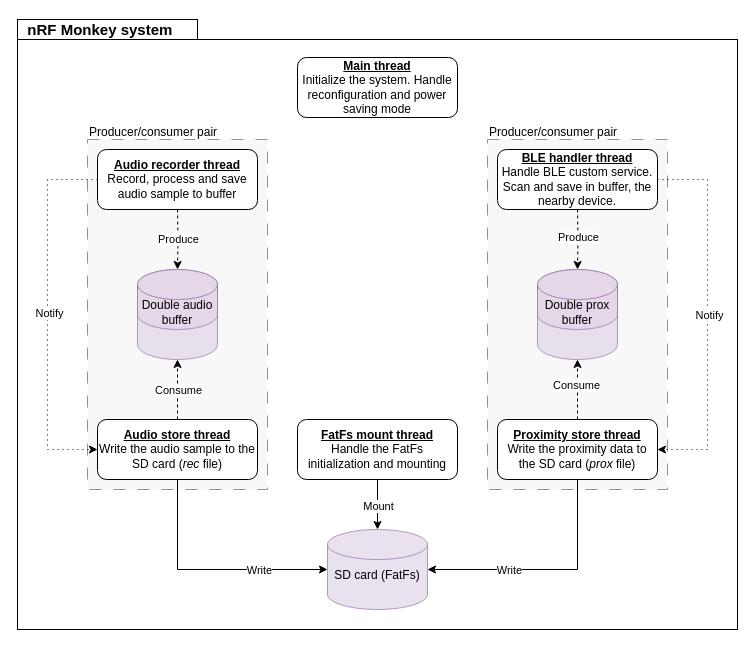
Before: 01-Report/diagram/thread-overview.drawio in DrinkDark/Master_TM_DataCollar, a draw.io diagram. Source tidied: cells renumbered, new cells numbered last; positions are measured from the earlier drawing's top-left corner, leaving out a move shared by most shapes. Both pictures are drawn from the tidied source at 100%, with x=0, y=0 at pixel (17, 19).
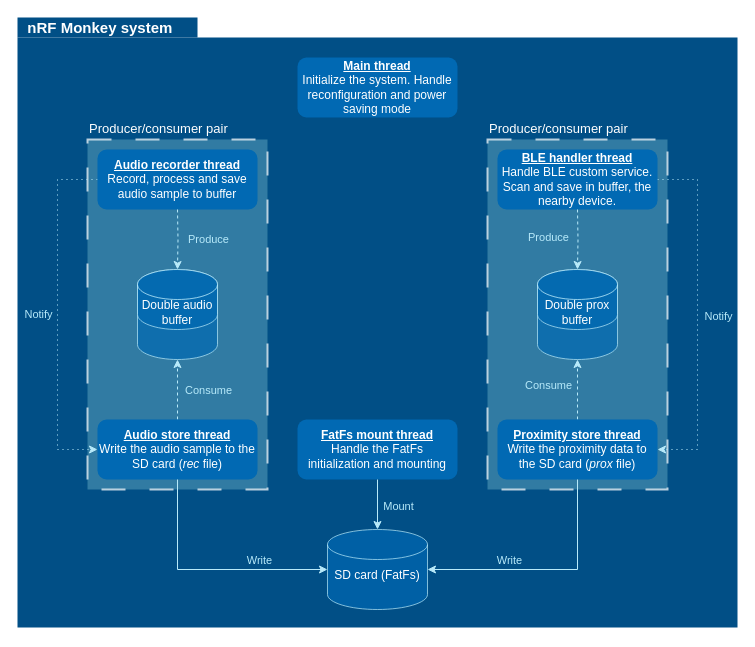
Above is the later version.

The edit, as a diff of the source:
```diff
@@
-    <mxCell id="2" style="rounded=0;whiteSpace=wrap;html=1;" parent="1" vertex="1">
-      <mxGeometry y="20" width="720" height="590" as="geometry" />
+    <mxCell id="2" style="rounded=0;whiteSpace=wrap;html=1;strokeColor=none;fillColor=#014f86;" parent="1" vertex="1">
+      <mxGeometry y="18" width="720" height="590" as="geometry" />
     </mxCell>
-    <mxCell id="3" style="rounded=0;whiteSpace=wrap;html=1;dashed=1;dashPattern=12 12;fillColor=#f5f5f5;fontColor=#333333;strokeColor=#666666;opacity=70;" parent="1" vertex="1">
+    <mxCell id="3" style="rounded=0;whiteSpace=wrap;html=1;dashed=1;dashPattern=12 12;fillColor=#468faf;fontColor=#333333;strokeColor=#FFFFFF;opacity=70;strokeWidth=2;" parent="1" vertex="1">
       <mxGeometry x="470" y="120" width="180" height="350" as="geometry" />
     </mxCell>
-    <mxCell id="4" style="rounded=0;whiteSpace=wrap;html=1;dashed=1;dashPattern=12 12;fillColor=#f5f5f5;fontColor=#333333;strokeColor=#666666;opacity=70;" parent="1" vertex="1">
+    <mxCell id="4" style="rounded=0;whiteSpace=wrap;html=1;dashed=1;dashPattern=12 12;fillColor=#468faf;fontColor=#333333;strokeColor=#FFFFFF;opacity=70;strokeWidth=2;" parent="1" vertex="1">
       <mxGeometry x="70" y="120" width="180" height="350" as="geometry" />
     </mxCell>
-    <mxCell id="5" value="&lt;u&gt;Main thread&lt;/u&gt;&lt;br&gt;&lt;span style=&quot;font-weight: normal;&quot;&gt;Initialize the system. Handle reconfiguration and power saving mode&lt;/span&gt;" style="rounded=1;whiteSpace=wrap;html=1;fontStyle=1;" parent="1" vertex="1">
+    <mxCell id="5" value="&lt;font color=&quot;#ffffff&quot;&gt;&lt;u&gt;Main thread&lt;/u&gt;&lt;br&gt;&lt;span style=&quot;font-weight: normal;&quot;&gt;Initialize the system. Handle reconfiguration and power saving mode&lt;/span&gt;&lt;/font&gt;" style="rounded=1;whiteSpace=wrap;html=1;fontStyle=1;strokeColor=none;fillColor=#0169b3;" parent="1" vertex="1">
       <mxGeometry x="280" y="38" width="160" height="60" as="geometry" />
     </mxCell>
-    <mxCell id="6" style="edgeStyle=orthogonalEdgeStyle;rounded=0;jettySize=auto;html=1;exitX=0;exitY=0.5;exitDx=0;exitDy=0;entryX=0;entryY=0.5;entryDx=0;entryDy=0;dashed=1;dashPattern=1 4;" parent="1" edge="1" source="8" target="18">
+    <mxCell id="6" style="edgeStyle=orthogonalEdgeStyle;rounded=0;jettySize=auto;html=1;exitX=0;exitY=0.5;exitDx=0;exitDy=0;entryX=0;entryY=0.5;entryDx=0;entryDy=0;dashed=1;dashPattern=1 4;strokeColor=#B8EAFA;" parent="1" edge="1" source="8" target="18">
       <mxGeometry relative="1" as="geometry">
         <Array as="points">
-          <mxPoint x="30" y="160" />
-          <mxPoint x="30" y="430" />
+          <mxPoint x="40" y="160" />
+          <mxPoint x="40" y="430" />
         </Array>
       </mxGeometry>
     </mxCell>
-    <mxCell id="7" value="Notify" style="edgeLabel;html=1;align=center;verticalAlign=middle;" parent="6" vertex="1">
-      <mxGeometry x="-0.01" y="1" relative="1" as="geometry" />
+    <mxCell id="7" value="Notify" style="edgeLabel;html=1;align=center;verticalAlign=middle;labelBackgroundColor=none;fontColor=#B8EAFA;" parent="6" vertex="1">
+      <mxGeometry x="-0.01" y="1" relative="1" as="geometry">
+        <mxPoint x="-21" y="1" as="offset" />
+      </mxGeometry>
     </mxCell>
-    <mxCell id="8" value="&lt;b&gt;&lt;u&gt;Audio recorder thread&lt;/u&gt;&lt;/b&gt;&lt;br&gt;Record, process and save audio sample to buffer" style="rounded=1;whiteSpace=wrap;html=1;" parent="1" vertex="1">
+    <mxCell id="8" value="&lt;b&gt;&lt;u&gt;Audio recorder thread&lt;/u&gt;&lt;/b&gt;&lt;br&gt;Record, process and save audio sample to buffer" style="rounded=1;whiteSpace=wrap;html=1;strokeColor=none;fillColor=#0169B3;fontColor=#FFFFFF;" parent="1" vertex="1">
       <mxGeometry x="80" y="130" width="160" height="60" as="geometry" />
     </mxCell>
-    <mxCell id="9" style="edgeStyle=orthogonalEdgeStyle;rounded=0;jettySize=auto;html=1;exitX=1;exitY=0.5;exitDx=0;exitDy=0;entryX=1;entryY=0.5;entryDx=0;entryDy=0;dashed=1;dashPattern=1 4;" parent="1" edge="1" source="11" target="21">
+    <mxCell id="9" style="edgeStyle=orthogonalEdgeStyle;rounded=0;jettySize=auto;html=1;exitX=1;exitY=0.5;exitDx=0;exitDy=0;entryX=1;entryY=0.5;entryDx=0;entryDy=0;dashed=1;dashPattern=1 4;strokeColor=#B8EAFA;" parent="1" edge="1" source="11" target="21">
       <mxGeometry relative="1" as="geometry">
         <Array as="points">
-          <mxPoint x="690" y="160" />
-          <mxPoint x="690" y="430" />
+          <mxPoint x="680" y="160" />
+          <mxPoint x="680" y="430" />
         </Array>
       </mxGeometry>
     </mxCell>
-    <mxCell id="10" value="Notify" style="edgeLabel;html=1;align=center;verticalAlign=middle;" parent="9" vertex="1">
+    <mxCell id="10" value="Notify" style="edgeLabel;html=1;align=center;verticalAlign=middle;labelBackgroundColor=none;fontColor=#B8EAFA;" parent="9" vertex="1">
       <mxGeometry x="0.17" y="1" relative="1" as="geometry">
-        <mxPoint y="-31" as="offset" />
+        <mxPoint x="19" y="-29" as="offset" />
       </mxGeometry>
     </mxCell>
-    <mxCell id="11" value="&lt;u style=&quot;font-weight: bold;&quot;&gt;BLE handler thread&lt;/u&gt;&lt;br&gt;Handle BLE custom service. Scan and save in buffer, the nearby device." style="rounded=1;whiteSpace=wrap;html=1;" parent="1" vertex="1">
+    <mxCell id="11" value="&lt;u style=&quot;font-weight: bold;&quot;&gt;BLE handler thread&lt;/u&gt;&lt;br&gt;Handle BLE custom service. Scan and save in buffer, the nearby device." style="rounded=1;whiteSpace=wrap;html=1;strokeColor=none;fillColor=#0169B3;fontColor=#FFFFFF;" parent="1" vertex="1">
       <mxGeometry x="480" y="130" width="160" height="60" as="geometry" />
     </mxCell>
-    <mxCell id="12" style="edgeStyle=orthogonalEdgeStyle;rounded=0;jettySize=auto;html=1;dashed=1;" parent="1" edge="1" target="25">
+    <mxCell id="12" style="edgeStyle=orthogonalEdgeStyle;rounded=0;jettySize=auto;html=1;dashed=1;strokeColor=#B8EAFA;" parent="1" edge="1" target="25">
       <mxGeometry relative="1" as="geometry">
         <mxPoint x="160" y="190" as="sourcePoint" />
       </mxGeometry>
     </mxCell>
-    <mxCell id="13" value="Produce" style="edgeLabel;html=1;align=center;verticalAlign=middle;" parent="12" vertex="1">
-      <mxGeometry x="-0.02" relative="1" as="geometry" />
+    <mxCell id="13" value="Produce" style="edgeLabel;html=1;align=center;verticalAlign=middle;labelBackgroundColor=none;fontColor=#B8EAFA;" parent="12" vertex="1">
+      <mxGeometry x="-0.02" relative="1" as="geometry">
+        <mxPoint x="30" as="offset" />
+      </mxGeometry>
     </mxCell>
-    <mxCell id="14" style="edgeStyle=orthogonalEdgeStyle;rounded=0;jettySize=auto;html=1;dashed=1;entryX=0.5;entryY=0;entryDx=0;entryDy=0;entryPerimeter=0;" parent="1" edge="1" target="28">
+    <mxCell id="14" style="edgeStyle=orthogonalEdgeStyle;rounded=0;jettySize=auto;html=1;dashed=1;entryX=0.5;entryY=0;entryDx=0;entryDy=0;entryPerimeter=0;strokeColor=#B8EAFA;" parent="1" edge="1" target="28">
       <mxGeometry relative="1" as="geometry">
         <mxPoint x="560" y="190" as="sourcePoint" />
       </mxGeometry>
     </mxCell>
-    <mxCell id="15" value="Produce" style="edgeLabel;html=1;align=center;verticalAlign=middle;" parent="14" vertex="1">
-      <mxGeometry x="-0.06" relative="1" as="geometry" />
+    <mxCell id="15" value="Produce" style="edgeLabel;html=1;align=center;verticalAlign=middle;labelBackgroundColor=none;fontColor=#B8EAFA;" parent="14" vertex="1">
+      <mxGeometry x="-0.06" relative="1" as="geometry">
+        <mxPoint x="-30" as="offset" />
+      </mxGeometry>
     </mxCell>
-    <mxCell id="16" style="edgeStyle=orthogonalEdgeStyle;rounded=0;jettySize=auto;html=1;dashed=1;" parent="1" edge="1" source="18" target="25">
+    <mxCell id="16" style="edgeStyle=orthogonalEdgeStyle;rounded=0;jettySize=auto;html=1;dashed=1;strokeColor=#B8EAFA;" parent="1" edge="1" source="18" target="25">
       <mxGeometry relative="1" as="geometry" />
     </mxCell>
-    <mxCell id="17" value="Consume" style="edgeLabel;html=1;align=center;verticalAlign=middle;" parent="16" vertex="1">
+    <mxCell id="17" value="Consume" style="edgeLabel;html=1;align=center;verticalAlign=middle;labelBackgroundColor=none;fontColor=#B8EAFA;" parent="16" vertex="1">
       <mxGeometry x="0.12" y="-1" relative="1" as="geometry">
-        <mxPoint x="-1" y="4" as="offset" />
+        <mxPoint x="29" y="4" as="offset" />
       </mxGeometry>
     </mxCell>
-    <mxCell id="18" value="&lt;b style=&quot;text-decoration-line: underline;&quot;&gt;Audio store thread&lt;/b&gt;&lt;br&gt;Write the audio sample to the SD card (&lt;i&gt;rec &lt;/i&gt;file)" style="rounded=1;whiteSpace=wrap;html=1;" parent="1" vertex="1">
+    <mxCell id="18" value="&lt;b style=&quot;text-decoration-line: underline;&quot;&gt;Audio store thread&lt;/b&gt;&lt;br&gt;Write the audio sample to the SD card (&lt;i&gt;rec &lt;/i&gt;file)" style="rounded=1;whiteSpace=wrap;html=1;strokeColor=none;fillColor=#0169B3;fontColor=#FFFFFF;" parent="1" vertex="1">
       <mxGeometry x="80" y="400" width="160" height="60" as="geometry" />
     </mxCell>
-    <mxCell id="19" style="edgeStyle=orthogonalEdgeStyle;rounded=0;jettySize=auto;html=1;dashed=1;entryX=0.5;entryY=1;entryDx=0;entryDy=0;entryPerimeter=0;" parent="1" edge="1" source="21" target="27">
+    <mxCell id="19" style="edgeStyle=orthogonalEdgeStyle;rounded=0;jettySize=auto;html=1;dashed=1;entryX=0.5;entryY=1;entryDx=0;entryDy=0;entryPerimeter=0;strokeColor=#B8EAFA;" parent="1" edge="1" source="21" target="27">
       <mxGeometry relative="1" as="geometry" />
     </mxCell>
-    <mxCell id="20" value="Consume" style="edgeLabel;html=1;align=center;verticalAlign=middle;" parent="19" vertex="1">
-      <mxGeometry x="0.18" y="2" relative="1" as="geometry" />
+    <mxCell id="20" value="Consume" style="edgeLabel;html=1;align=center;verticalAlign=middle;labelBackgroundColor=none;fontColor=#B8EAFA;" parent="19" vertex="1">
+      <mxGeometry x="0.18" y="2" relative="1" as="geometry">
+        <mxPoint x="-28" as="offset" />
+      </mxGeometry>
     </mxCell>
-    <mxCell id="21" value="&lt;u style=&quot;font-weight: bold;&quot;&gt;Proximity store thread&lt;/u&gt;&lt;br&gt;Write the proximity data to the SD card (&lt;i&gt;prox &lt;/i&gt;file)" style="rounded=1;whiteSpace=wrap;html=1;" parent="1" vertex="1">
+    <mxCell id="21" value="&lt;u style=&quot;font-weight: bold;&quot;&gt;Proximity store thread&lt;/u&gt;&lt;br&gt;Write the proximity data to the SD card (&lt;i&gt;prox &lt;/i&gt;file)" style="rounded=1;whiteSpace=wrap;html=1;strokeColor=none;fillColor=#0169B3;fontColor=#FFFFFF;" parent="1" vertex="1">
       <mxGeometry x="480" y="400" width="160" height="60" as="geometry" />
     </mxCell>
-    <mxCell id="22" value="&lt;u style=&quot;font-weight: bold;&quot;&gt;FatFs mount thread&lt;/u&gt;&lt;div&gt;Handle the FatFs &lt;br&gt;initialization and mounting&lt;/div&gt;" style="rounded=1;whiteSpace=wrap;html=1;" parent="1" vertex="1">
+    <mxCell id="22" value="&lt;u style=&quot;font-weight: bold;&quot;&gt;FatFs mount thread&lt;/u&gt;&lt;div&gt;Handle the FatFs &lt;br&gt;initialization and mounting&lt;/div&gt;" style="rounded=1;whiteSpace=wrap;html=1;strokeColor=none;fillColor=#0169B3;fontColor=#FFFFFF;" parent="1" vertex="1">
       <mxGeometry x="280" y="400" width="160" height="60" as="geometry" />
     </mxCell>
-    <mxCell id="23" value="Producer/consumer pair" style="text;html=1;align=left;verticalAlign=middle;strokeColor=none;fillColor=none;" parent="1" vertex="1">
-      <mxGeometry x="70" y="98" width="150" height="30" as="geometry" />
+    <mxCell id="23" value="Producer/consumer pair" style="text;html=1;align=left;verticalAlign=middle;strokeColor=none;fillColor=none;fontSize=13;fontColor=#FFFFFF;" parent="1" vertex="1">
+      <mxGeometry x="70" y="94" width="160" height="30" as="geometry" />
     </mxCell>
-    <mxCell id="24" value="Producer/consumer pair" style="text;html=1;align=left;verticalAlign=middle;strokeColor=none;fillColor=none;" parent="1" vertex="1">
-      <mxGeometry x="470" y="98" width="150" height="30" as="geometry" />
+    <mxCell id="24" value="Producer/consumer pair" style="text;html=1;align=left;verticalAlign=middle;strokeColor=none;fillColor=none;fontSize=13;fontColor=#FFFFFF;" parent="1" vertex="1">
+      <mxGeometry x="470" y="94" width="160" height="30" as="geometry" />
     </mxCell>
-    <mxCell id="25" style="shape=cylinder3;whiteSpace=wrap;html=1;boundedLbl=1;backgroundOutline=1;size=15;fillColor=#e1d5e7;strokeColor=#9673a6;opacity=70;" parent="1" vertex="1">
+    <mxCell id="25" style="shape=cylinder3;whiteSpace=wrap;html=1;boundedLbl=1;backgroundOutline=1;size=15;fillColor=#0169B3;strokeColor=#B8EAFA;opacity=70;fontColor=#FFFFFF;" parent="1" vertex="1">
       <mxGeometry x="120" y="250" width="80" height="90" as="geometry" />
     </mxCell>
-    <mxCell id="26" value="Double audio buffer" style="shape=cylinder3;whiteSpace=wrap;html=1;boundedLbl=1;backgroundOutline=1;size=15;fillColor=#e1d5e7;strokeColor=#9673a6;opacity=70;" parent="1" vertex="1">
+    <mxCell id="26" value="Double audio buffer" style="shape=cylinder3;whiteSpace=wrap;html=1;boundedLbl=1;backgroundOutline=1;size=15;fillColor=#0169B3;strokeColor=#B8EAFA;opacity=70;fontColor=#FFFFFF;" parent="1" vertex="1">
       <mxGeometry x="120" y="250" width="80" height="60" as="geometry" />
     </mxCell>
-    <mxCell id="27" style="shape=cylinder3;whiteSpace=wrap;html=1;boundedLbl=1;backgroundOutline=1;size=15;fillColor=#e1d5e7;strokeColor=#9673a6;opacity=70;" parent="1" vertex="1">
+    <mxCell id="27" style="shape=cylinder3;whiteSpace=wrap;html=1;boundedLbl=1;backgroundOutline=1;size=15;fillColor=#0169B3;strokeColor=#B8EAFA;opacity=70;fontColor=#FFFFFF;" parent="1" vertex="1">
       <mxGeometry x="520" y="250" width="80" height="90" as="geometry" />
     </mxCell>
-    <mxCell id="28" value="Double prox buffer" style="shape=cylinder3;whiteSpace=wrap;html=1;boundedLbl=1;backgroundOutline=1;size=15;fillColor=#e1d5e7;strokeColor=#9673a6;opacity=70;" parent="1" vertex="1">
+    <mxCell id="28" value="Double prox buffer" style="shape=cylinder3;whiteSpace=wrap;html=1;boundedLbl=1;backgroundOutline=1;size=15;fillColor=#0169B3;strokeColor=#B8EAFA;opacity=70;fontColor=#FFFFFF;" parent="1" vertex="1">
       <mxGeometry x="520" y="250" width="80" height="60" as="geometry" />
     </mxCell>
-    <mxCell id="29" value="SD card (FatFs)&lt;div&gt;&lt;br/&gt;&lt;/div&gt;" style="shape=cylinder3;whiteSpace=wrap;html=1;boundedLbl=1;backgroundOutline=1;size=15;fillColor=#e1d5e7;strokeColor=#9673a6;opacity=70;" parent="1" vertex="1">
+    <mxCell id="29" value="SD card (FatFs)&lt;div&gt;&lt;br&gt;&lt;/div&gt;" style="shape=cylinder3;whiteSpace=wrap;html=1;boundedLbl=1;backgroundOutline=1;size=15;fillColor=#0169B3;strokeColor=#B8EAFA;opacity=70;fontColor=#FFFFFF;" parent="1" vertex="1">
       <mxGeometry x="310" y="510" width="100" height="80" as="geometry" />
     </mxCell>
-    <mxCell id="30" style="edgeStyle=orthogonalEdgeStyle;rounded=0;jettySize=auto;html=1;exitX=0.5;exitY=1;exitDx=0;exitDy=0;entryX=0;entryY=0.5;entryDx=0;entryDy=0;entryPerimeter=0;" parent="1" edge="1" source="18" target="29">
+    <mxCell id="30" style="edgeStyle=orthogonalEdgeStyle;rounded=0;jettySize=auto;html=1;exitX=0.5;exitY=1;exitDx=0;exitDy=0;entryX=0;entryY=0.5;entryDx=0;entryDy=0;entryPerimeter=0;strokeColor=#B8EAFA;" parent="1" edge="1" source="18" target="29">
       <mxGeometry relative="1" as="geometry" />
     </mxCell>
-    <mxCell id="31" value="Write" style="edgeLabel;html=1;align=center;verticalAlign=middle;" parent="30" vertex="1">
+    <mxCell id="31" value="Write" style="edgeLabel;html=1;align=center;verticalAlign=middle;labelBackgroundColor=none;fontColor=#B8EAFA;" parent="30" vertex="1">
       <mxGeometry x="0.53" y="3" relative="1" as="geometry">
-        <mxPoint x="-13" y="3" as="offset" />
+        <mxPoint x="-13" y="-7" as="offset" />
       </mxGeometry>
     </mxCell>
-    <mxCell id="32" style="edgeStyle=orthogonalEdgeStyle;rounded=0;jettySize=auto;html=1;exitX=0.5;exitY=1;exitDx=0;exitDy=0;entryX=1;entryY=0.5;entryDx=0;entryDy=0;entryPerimeter=0;" parent="1" edge="1" source="21" target="29">
+    <mxCell id="32" style="edgeStyle=orthogonalEdgeStyle;rounded=0;jettySize=auto;html=1;exitX=0.5;exitY=1;exitDx=0;exitDy=0;entryX=1;entryY=0.5;entryDx=0;entryDy=0;entryPerimeter=0;strokeColor=#B8EAFA;" parent="1" edge="1" source="21" target="29">
       <mxGeometry relative="1" as="geometry" />
     </mxCell>
-    <mxCell id="33" value="Write" style="edgeLabel;html=1;align=center;verticalAlign=middle;" parent="32" vertex="1">
+    <mxCell id="33" value="Write" style="edgeLabel;html=1;align=center;verticalAlign=middle;labelBackgroundColor=none;fontColor=#B8EAFA;" parent="32" vertex="1">
       <mxGeometry x="0.52" y="-3" relative="1" as="geometry">
-        <mxPoint x="23" y="3" as="offset" />
+        <mxPoint x="23" y="-7" as="offset" />
       </mxGeometry>
     </mxCell>
-    <mxCell id="34" style="edgeStyle=orthogonalEdgeStyle;rounded=0;jettySize=auto;html=1;exitX=0.5;exitY=1;exitDx=0;exitDy=0;entryX=0.5;entryY=0;entryDx=0;entryDy=0;entryPerimeter=0;" parent="1" edge="1" source="22" target="29">
+    <mxCell id="34" style="edgeStyle=orthogonalEdgeStyle;rounded=0;jettySize=auto;html=1;exitX=0.5;exitY=1;exitDx=0;exitDy=0;entryX=0.5;entryY=0;entryDx=0;entryDy=0;entryPerimeter=0;strokeColor=#B8EAFA;" parent="1" edge="1" source="22" target="29">
       <mxGeometry relative="1" as="geometry" />
     </mxCell>
-    <mxCell id="35" value="Mount" style="edgeLabel;html=1;align=center;verticalAlign=middle;" parent="34" vertex="1">
+    <mxCell id="35" value="Mount" style="edgeLabel;html=1;align=center;verticalAlign=middle;labelBackgroundColor=none;fontColor=#B8EAFA;" parent="34" vertex="1">
       <mxGeometry x="0.02" y="3" relative="1" as="geometry">
-        <mxPoint x="-3" as="offset" />
+        <mxPoint x="17" as="offset" />
       </mxGeometry>
     </mxCell>
-    <mxCell id="36" value="&lt;font style=&quot;font-size: 15px;&quot;&gt;&lt;b&gt;&amp;nbsp; nRF Monkey system&lt;/b&gt;&lt;/font&gt;" style="rounded=0;whiteSpace=wrap;html=1;align=left;" parent="1" vertex="1">
-      <mxGeometry width="180" height="20" as="geometry" />
+    <mxCell id="36" value="&lt;font style=&quot;font-size: 15px;&quot;&gt;&lt;b&gt;&amp;nbsp; nRF Monkey system&lt;/b&gt;&lt;/font&gt;" style="rounded=0;whiteSpace=wrap;html=1;align=left;strokeColor=none;fillColor=#014F86;fontColor=#FFFFFF;" parent="1" vertex="1">
+      <mxGeometry y="-2" width="180" height="20" as="geometry" />
     </mxCell>
```
